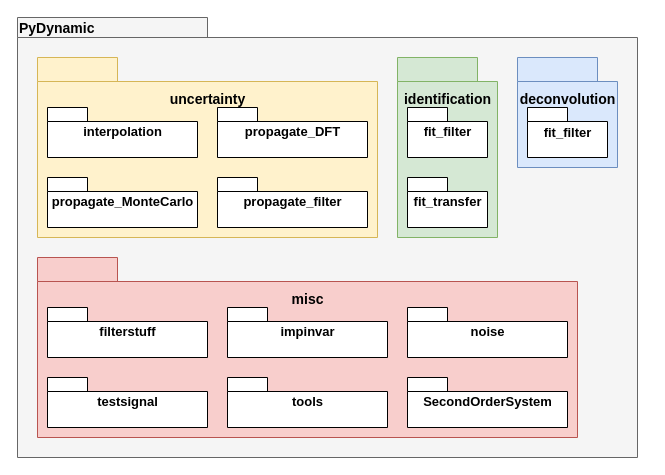
PTB-M4D/PyDynamic keeps this draw.io diagram as doc/PyDynamic_package_diagram.drawio. Above is the earlier version. Source tidied: cells renumbered, new cells numbered last; positions are measured from the earlier drawing's top-left corner, leaving out a move shared by most shapes. Both pictures are drawn from the tidied source at 100%, with x=0, y=0 at pixel (17, 17).
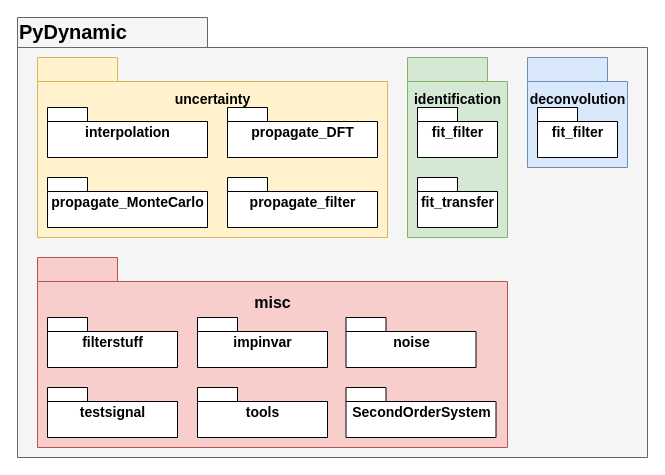
The same page after the edit.

Commit message (it also covers changes not shown here):
wip(README): update package diagram in docs

What changed in the source:
```diff
@@
-    <mxCell id="2" style="group;" parent="1" vertex="1">
-      <mxGeometry width="620" height="440" as="geometry" />
-    </mxCell>
+    <mxCell id="30" style="group;" parent="1" vertex="1">
+      <mxGeometry width="630" height="440" as="geometry" />
+    </mxCell>
-    <mxCell id="3" style="shape=folder;fontStyle=1;spacingTop=10;tabWidth=190;tabHeight=20;tabPosition=left;html=1;rounded=0;shadow=0;comic=0;labelBackgroundColor=none;strokeWidth=1;fillColor=#f5f5f5;fontFamily=Helvetica;fontSize=14;align=center;strokeColor=#666666;fontColor=#333333;" parent="2" vertex="1">
-      <mxGeometry width="620" height="440" as="geometry" />
+    <mxCell id="3" style="shape=folder;fontStyle=1;spacingTop=10;tabWidth=190;tabHeight=30;tabPosition=left;html=1;rounded=0;shadow=0;comic=0;labelBackgroundColor=none;strokeWidth=1;fillColor=#f5f5f5;fontFamily=Helvetica;fontSize=14;align=center;strokeColor=#666666;fontColor=#333333;" parent="30" vertex="1">
+      <mxGeometry width="630" height="440" as="geometry" />
     </mxCell>
-    <mxCell id="4" value="PyDynamic" style="text;html=1;align=left;verticalAlign=top;spacingTop=-4;fontSize=14;fontFamily=Helvetica;fontStyle=1;" parent="2" vertex="1">
-      <mxGeometry width="281" height="20" as="geometry" />
+    <mxCell id="4" value="PyDynamic" style="text;html=1;align=left;verticalAlign=top;spacingTop=-4;fontSize=20;fontFamily=Helvetica;fontStyle=1;" parent="30" vertex="1">
+      <mxGeometry width="190" height="30" as="geometry" />
     </mxCell>
-    <mxCell id="5" style="group;" parent="2" vertex="1">
-      <mxGeometry x="500" y="40" width="100" height="110" as="geometry" />
+    <mxCell id="5" style="group;" parent="30" vertex="1">
+      <mxGeometry x="510" y="40" width="100" height="110" as="geometry" />
     </mxCell>
@@
-    <mxCell id="7" value="&lt;font style=&quot;font-size: 13px&quot;&gt;fit_filter&lt;/font&gt;" style="shape=folder;fontStyle=1;spacingTop=10;tabWidth=40;tabHeight=14;tabPosition=left;html=1;rounded=0;shadow=0;comic=0;labelBackgroundColor=none;strokeWidth=1;fontFamily=Helvetica;fontSize=14;align=center;verticalAlign=top;" parent="5" vertex="1">
+    <mxCell id="7" value="&lt;font style=&quot;font-size: 14px;&quot;&gt;fit_filter&lt;/font&gt;" style="shape=folder;fontStyle=1;spacingTop=10;tabWidth=40;tabHeight=14;tabPosition=left;html=1;rounded=0;shadow=0;comic=0;labelBackgroundColor=none;strokeWidth=1;fontFamily=Helvetica;fontSize=14;align=center;verticalAlign=top;" parent="5" vertex="1">
       <mxGeometry x="10" y="50" width="80" height="50" as="geometry" />
     </mxCell>
-    <mxCell id="8" style="group;" parent="2" vertex="1">
-      <mxGeometry x="380" y="40" width="100" height="180" as="geometry" />
+    <mxCell id="8" style="group;" parent="30" vertex="1">
+      <mxGeometry x="390" y="40" width="100" height="180" as="geometry" />
     </mxCell>
@@
-    <mxCell id="10" value="fit_transfer" style="shape=folder;fontStyle=1;spacingTop=10;tabWidth=40;tabHeight=14;tabPosition=left;html=1;rounded=0;shadow=0;comic=0;labelBackgroundColor=none;strokeWidth=1;fontFamily=Helvetica;fontSize=13;align=center;verticalAlign=top;" parent="8" vertex="1">
+    <mxCell id="10" value="fit_transfer" style="shape=folder;fontStyle=1;spacingTop=10;tabWidth=40;tabHeight=14;tabPosition=left;html=1;rounded=0;shadow=0;comic=0;labelBackgroundColor=none;strokeWidth=1;fontFamily=Helvetica;fontSize=14;align=center;verticalAlign=top;" parent="8" vertex="1">
       <mxGeometry x="10" y="120" width="80" height="50" as="geometry" />
     </mxCell>
-    <mxCell id="11" value="fit_filter" style="shape=folder;fontStyle=1;spacingTop=10;tabWidth=40;tabHeight=14;tabPosition=left;html=1;rounded=0;shadow=0;comic=0;labelBackgroundColor=none;strokeWidth=1;fontFamily=Helvetica;fontSize=13;align=center;verticalAlign=top;" parent="8" vertex="1">
+    <mxCell id="11" value="fit_filter" style="shape=folder;fontStyle=1;spacingTop=10;tabWidth=40;tabHeight=14;tabPosition=left;html=1;rounded=0;shadow=0;comic=0;labelBackgroundColor=none;strokeWidth=1;fontFamily=Helvetica;fontSize=14;align=center;verticalAlign=top;" parent="8" vertex="1">
       <mxGeometry x="10" y="50" width="80" height="50" as="geometry" />
     </mxCell>
-    <mxCell id="12" style="group;" parent="2" vertex="1">
-      <mxGeometry x="20" y="40" width="340" height="180" as="geometry" />
-    </mxCell>
+    <mxCell id="31" style="group;" parent="30" vertex="1">
+      <mxGeometry x="20" y="40" width="350" height="180" as="geometry" />
+    </mxCell>
-    <mxCell id="13" value="&lt;br style=&quot;font-size: 14px;&quot;&gt;uncertainty" style="shape=folder;fontStyle=1;spacingTop=10;tabWidth=80;tabHeight=24;tabPosition=left;html=1;rounded=0;shadow=0;comic=0;labelBackgroundColor=none;strokeWidth=1;fontFamily=Helvetica;fontSize=14;align=center;verticalAlign=top;fillColor=#fff2cc;strokeColor=#d6b656;" parent="12" vertex="1">
-      <mxGeometry width="340" height="180" as="geometry" />
+    <mxCell id="13" value="&lt;br style=&quot;font-size: 14px;&quot;&gt;uncertainty" style="shape=folder;fontStyle=1;spacingTop=10;tabWidth=80;tabHeight=24;tabPosition=left;html=1;rounded=0;shadow=0;comic=0;labelBackgroundColor=none;strokeWidth=1;fontFamily=Helvetica;fontSize=14;align=center;verticalAlign=top;fillColor=#fff2cc;strokeColor=#d6b656;" parent="31" vertex="1">
+      <mxGeometry width="350" height="180" as="geometry" />
     </mxCell>
+    <mxCell id="15" value="interpolation" style="shape=folder;fontStyle=1;spacingTop=10;tabWidth=40;tabHeight=14;tabPosition=left;html=1;rounded=0;shadow=0;comic=0;labelBackgroundColor=none;strokeWidth=1;fontFamily=Helvetica;fontSize=14;align=center;verticalAlign=top;" parent="31" vertex="1">
+      <mxGeometry x="10" y="50" width="160" height="50" as="geometry" />
+    </mxCell>
-    <mxCell id="14" value="propagate_DFT" style="shape=folder;fontStyle=1;spacingTop=10;tabWidth=40;tabHeight=14;tabPosition=left;html=1;rounded=0;shadow=0;comic=0;labelBackgroundColor=none;strokeWidth=1;fontFamily=Helvetica;fontSize=13;align=center;verticalAlign=top;" parent="12" vertex="1">
-      <mxGeometry x="180" y="50" width="150" height="50" as="geometry" />
+    <mxCell id="14" value="propagate_DFT" style="shape=folder;fontStyle=1;spacingTop=10;tabWidth=40;tabHeight=14;tabPosition=left;html=1;rounded=0;shadow=0;comic=0;labelBackgroundColor=none;strokeWidth=1;fontFamily=Helvetica;fontSize=14;align=center;verticalAlign=top;" parent="31" vertex="1">
+      <mxGeometry x="190" y="50" width="150" height="50" as="geometry" />
     </mxCell>
-    <mxCell id="15" value="interpolation" style="shape=folder;fontStyle=1;spacingTop=10;tabWidth=40;tabHeight=14;tabPosition=left;html=1;rounded=0;shadow=0;comic=0;labelBackgroundColor=none;strokeWidth=1;fontFamily=Helvetica;fontSize=13;align=center;verticalAlign=top;" parent="12" vertex="1">
-      <mxGeometry x="10" y="50" width="150" height="50" as="geometry" />
-    </mxCell>
-    <mxCell id="16" value="propagate_filter" style="shape=folder;fontStyle=1;spacingTop=10;tabWidth=40;tabHeight=14;tabPosition=left;html=1;rounded=0;shadow=0;comic=0;labelBackgroundColor=none;strokeWidth=1;fontFamily=Helvetica;fontSize=13;align=center;verticalAlign=top;" parent="12" vertex="1">
-      <mxGeometry x="180" y="120" width="150" height="50" as="geometry" />
+    <mxCell id="16" value="propagate_filter" style="shape=folder;fontStyle=1;spacingTop=10;tabWidth=40;tabHeight=14;tabPosition=left;html=1;rounded=0;shadow=0;comic=0;labelBackgroundColor=none;strokeWidth=1;fontFamily=Helvetica;fontSize=14;align=center;verticalAlign=top;" parent="31" vertex="1">
+      <mxGeometry x="190" y="120" width="150" height="50" as="geometry" />
     </mxCell>
-    <mxCell id="17" value="propagate_MonteCarlo" style="shape=folder;fontStyle=1;spacingTop=10;tabWidth=40;tabHeight=14;tabPosition=left;html=1;rounded=0;shadow=0;comic=0;labelBackgroundColor=none;strokeWidth=1;fontFamily=Helvetica;fontSize=13;align=center;verticalAlign=top;" parent="12" vertex="1">
-      <mxGeometry x="10" y="120" width="150" height="50" as="geometry" />
+    <mxCell id="17" value="propagate_MonteCarlo" style="shape=folder;fontStyle=1;spacingTop=10;tabWidth=40;tabHeight=14;tabPosition=left;html=1;rounded=0;shadow=0;comic=0;labelBackgroundColor=none;strokeWidth=1;fontFamily=Helvetica;fontSize=14;align=center;verticalAlign=top;" parent="31" vertex="1">
+      <mxGeometry x="10" y="120" width="160" height="50" as="geometry" />
     </mxCell>
-    <mxCell id="18" style="group;" parent="2" vertex="1">
-      <mxGeometry x="20" y="240" width="540" height="180" as="geometry" />
-    </mxCell>
+    <mxCell id="32" style="group;" parent="30" vertex="1">
+      <mxGeometry x="20" y="240" width="470" height="190" as="geometry" />
+    </mxCell>
-    <mxCell id="19" value="&lt;br style=&quot;font-size: 14px;&quot;&gt;misc" style="shape=folder;fontStyle=1;spacingTop=10;tabWidth=80;tabHeight=24;tabPosition=left;html=1;rounded=0;shadow=0;comic=0;labelBackgroundColor=none;strokeWidth=1;fontFamily=Helvetica;fontSize=14;align=center;verticalAlign=top;fillColor=#f8cecc;strokeColor=#b85450;" parent="18" vertex="1">
-      <mxGeometry width="540" height="180" as="geometry" />
+    <mxCell id="19" value="&lt;br style=&quot;font-size: 16px;&quot;&gt;misc" style="shape=folder;fontStyle=1;spacingTop=10;tabWidth=80;tabHeight=24;tabPosition=left;html=1;rounded=0;shadow=0;comic=0;labelBackgroundColor=none;strokeWidth=1;fontFamily=Helvetica;fontSize=16;align=center;verticalAlign=top;fillColor=#f8cecc;strokeColor=#b85450;" parent="32" vertex="1">
+      <mxGeometry width="470" height="190" as="geometry" />
     </mxCell>
-    <mxCell id="20" style="group;" parent="18" vertex="1">
-      <mxGeometry width="540" height="180" as="geometry" />
-    </mxCell>
-    <mxCell id="21" style="group;" parent="20" vertex="1">
-      <mxGeometry width="540" height="180" as="geometry" />
-    </mxCell>
-    <mxCell id="22" style="group;" parent="21" vertex="1">
-      <mxGeometry width="540" height="180" as="geometry" />
-    </mxCell>
-    <mxCell id="23" style="group;" parent="22" vertex="1">
-      <mxGeometry width="540" height="180" as="geometry" />
-    </mxCell>
+    <mxCell id="28" value="filterstuff" style="shape=folder;fontStyle=1;spacingTop=10;tabWidth=40;tabHeight=14;tabPosition=left;html=1;rounded=0;shadow=0;comic=0;labelBackgroundColor=none;strokeWidth=1;fontFamily=Helvetica;fontSize=14;align=center;verticalAlign=top;" parent="32" vertex="1">
+      <mxGeometry x="10" y="60" width="130" height="50" as="geometry" />
+    </mxCell>
+    <mxCell id="29" value="testsignal" style="shape=folder;fontStyle=1;spacingTop=10;tabWidth=40;tabHeight=14;tabPosition=left;html=1;rounded=0;shadow=0;comic=0;labelBackgroundColor=none;strokeWidth=1;fontFamily=Helvetica;fontSize=14;align=center;verticalAlign=top;" parent="32" vertex="1">
+      <mxGeometry x="10" y="130" width="130" height="50" as="geometry" />
+    </mxCell>
+    <mxCell id="26" value="impinvar" style="shape=folder;fontStyle=1;spacingTop=10;tabWidth=40;tabHeight=14;tabPosition=left;html=1;rounded=0;shadow=0;comic=0;labelBackgroundColor=none;strokeWidth=1;fontFamily=Helvetica;fontSize=14;align=center;verticalAlign=top;" parent="32" vertex="1">
+      <mxGeometry x="160" y="60" width="130" height="50" as="geometry" />
+    </mxCell>
+    <mxCell id="27" value="tools" style="shape=folder;fontStyle=1;spacingTop=10;tabWidth=40;tabHeight=14;tabPosition=left;html=1;rounded=0;shadow=0;comic=0;labelBackgroundColor=none;strokeWidth=1;fontFamily=Helvetica;fontSize=14;align=center;verticalAlign=top;" parent="32" vertex="1">
+      <mxGeometry x="160" y="130" width="130" height="50" as="geometry" />
+    </mxCell>
-    <mxCell id="24" value="SecondOrderSystem" style="shape=folder;fontStyle=1;spacingTop=10;tabWidth=40;tabHeight=14;tabPosition=left;html=1;rounded=0;shadow=0;comic=0;labelBackgroundColor=none;strokeWidth=1;fontFamily=Helvetica;fontSize=13;align=center;verticalAlign=top;" parent="23" vertex="1">
-      <mxGeometry x="370" y="120" width="160" height="50" as="geometry" />
+    <mxCell id="24" value="SecondOrderSystem" style="shape=folder;fontStyle=1;spacingTop=10;tabWidth=40;tabHeight=14;tabPosition=left;html=1;rounded=0;shadow=0;comic=0;labelBackgroundColor=none;strokeWidth=1;fontFamily=Helvetica;fontSize=14;align=center;verticalAlign=top;" parent="32" vertex="1">
+      <mxGeometry x="308.5" y="130" width="150" height="50" as="geometry" />
     </mxCell>
-    <mxCell id="25" value="noise" style="shape=folder;fontStyle=1;spacingTop=10;tabWidth=40;tabHeight=14;tabPosition=left;html=1;rounded=0;shadow=0;comic=0;labelBackgroundColor=none;strokeWidth=1;fontFamily=Helvetica;fontSize=13;align=center;verticalAlign=top;" parent="23" vertex="1">
-      <mxGeometry x="370" y="50" width="160" height="50" as="geometry" />
+    <mxCell id="25" value="noise" style="shape=folder;fontStyle=1;spacingTop=10;tabWidth=40;tabHeight=14;tabPosition=left;html=1;rounded=0;shadow=0;comic=0;labelBackgroundColor=none;strokeWidth=1;fontFamily=Helvetica;fontSize=14;align=center;verticalAlign=top;" parent="32" vertex="1">
+      <mxGeometry x="308.5" y="60" width="130" height="50" as="geometry" />
     </mxCell>
-    <mxCell id="26" value="impinvar" style="shape=folder;fontStyle=1;spacingTop=10;tabWidth=40;tabHeight=14;tabPosition=left;html=1;rounded=0;shadow=0;comic=0;labelBackgroundColor=none;strokeWidth=1;fontFamily=Helvetica;fontSize=13;align=center;verticalAlign=top;" parent="23" vertex="1">
-      <mxGeometry x="190" y="50" width="160" height="50" as="geometry" />
-    </mxCell>
-    <mxCell id="27" value="tools" style="shape=folder;fontStyle=1;spacingTop=10;tabWidth=40;tabHeight=14;tabPosition=left;html=1;rounded=0;shadow=0;comic=0;labelBackgroundColor=none;strokeWidth=1;fontFamily=Helvetica;fontSize=13;align=center;verticalAlign=top;" parent="23" vertex="1">
-      <mxGeometry x="190" y="120" width="160" height="50" as="geometry" />
-    </mxCell>
-    <mxCell id="28" value="filterstuff" style="shape=folder;fontStyle=1;spacingTop=10;tabWidth=40;tabHeight=14;tabPosition=left;html=1;rounded=0;shadow=0;comic=0;labelBackgroundColor=none;strokeWidth=1;fontFamily=Helvetica;fontSize=13;align=center;verticalAlign=top;" parent="23" vertex="1">
-      <mxGeometry x="10" y="50" width="160" height="50" as="geometry" />
-    </mxCell>
-    <mxCell id="29" value="testsignal" style="shape=folder;fontStyle=1;spacingTop=10;tabWidth=40;tabHeight=14;tabPosition=left;html=1;rounded=0;shadow=0;comic=0;labelBackgroundColor=none;strokeWidth=1;fontFamily=Helvetica;fontSize=13;align=center;verticalAlign=top;" parent="23" vertex="1">
-      <mxGeometry x="10" y="120" width="160" height="50" as="geometry" />
-    </mxCell>
+    <mxCell id="20" style="group;" parent="1" vertex="1">
+      <mxGeometry x="20" y="240" width="540" height="190" as="geometry" />
+    </mxCell>
```
